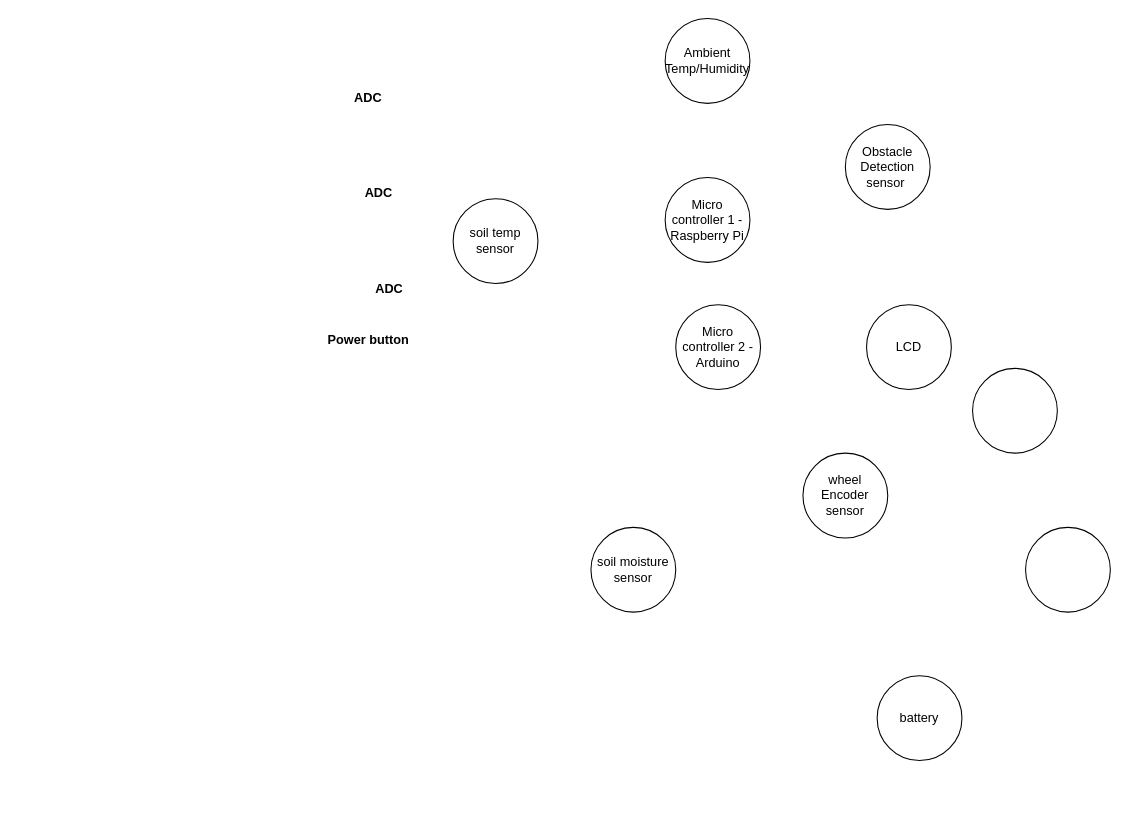
Before: ROVER Mind Mapping .drawio in Trixx4191/Agro-Rover, a draw.io diagram. Source tidied: cells renumbered, new cells numbered last; positions are measured from the earlier drawing's top-left corner, leaving out a move shared by most shapes. Both pictures are drawn from the tidied source at 106%, with x=0, y=0 at pixel (325, 18).
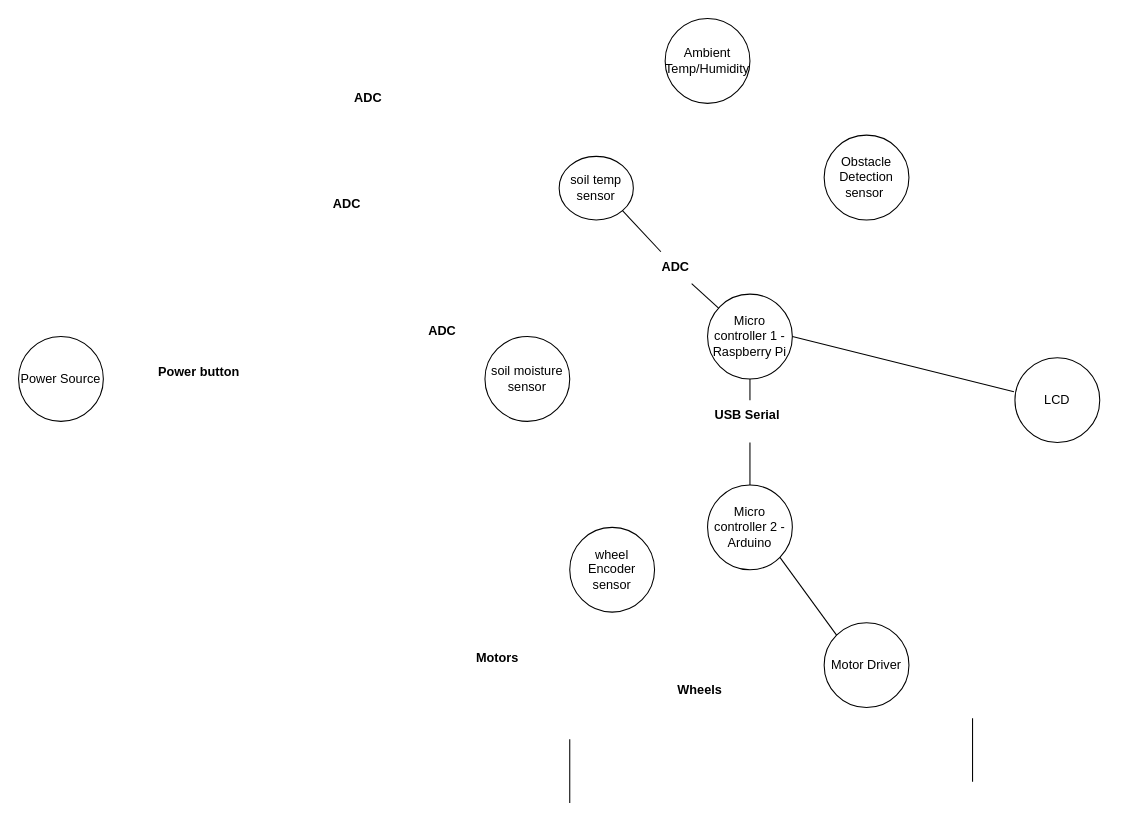
The same diagram, later.

Diff of the diagram source:
```diff
@@
     <mxCell id="2" value="soil temp sensor" style="ellipse;whiteSpace=wrap;html=1;" parent="1" vertex="1">
-      <mxGeometry x="120" y="170" width="80" height="80" as="geometry" />
+      <mxGeometry x="220" y="130" width="70" height="60" as="geometry" />
     </mxCell>
     <mxCell id="3" value="Micro controller 2 -Arduino" style="ellipse;whiteSpace=wrap;html=1;" parent="1" vertex="1">
-      <mxGeometry x="330" y="270" width="80" height="80" as="geometry" />
+      <mxGeometry x="360" y="440" width="80" height="80" as="geometry" />
     </mxCell>
     <mxCell id="4" value="Micro controller 1 -Raspberry Pi" style="ellipse;whiteSpace=wrap;html=1;" parent="1" vertex="1">
-      <mxGeometry x="320" y="150" width="80" height="80" as="geometry" />
+      <mxGeometry x="360" y="260" width="80" height="80" as="geometry" />
     </mxCell>
     <mxCell id="5" value="Obstacle Detection sensor&amp;nbsp;" style="ellipse;whiteSpace=wrap;html=1;" parent="1" vertex="1">
-      <mxGeometry x="490" y="100" width="80" height="80" as="geometry" />
+      <mxGeometry x="470" y="110" width="80" height="80" as="geometry" />
     </mxCell>
     <mxCell id="6" value="wheel Encoder sensor" style="ellipse;whiteSpace=wrap;html=1;" parent="1" vertex="1">
-      <mxGeometry x="450" y="410" width="80" height="80" as="geometry" />
+      <mxGeometry x="230" y="480" width="80" height="80" as="geometry" />
     </mxCell>
     <mxCell id="7" value="soil moisture sensor" style="ellipse;whiteSpace=wrap;html=1;" parent="1" vertex="1">
-      <mxGeometry x="250" y="480" width="80" height="80" as="geometry" />
+      <mxGeometry x="150" y="300" width="80" height="80" as="geometry" />
     </mxCell>
     <mxCell id="8" value="Power button" style="text;whiteSpace=wrap;fontStyle=1;" parent="1" vertex="1">
-      <mxGeometry y="290" width="110" height="50" as="geometry" />
+      <mxGeometry x="-160" y="320" width="110" height="50" as="geometry" />
     </mxCell>
-    <mxCell id="9" style="ellipse;whiteSpace=wrap;html=1;" parent="1" vertex="1">
-      <mxGeometry x="610" y="330" width="80" height="80" as="geometry" />
-    </mxCell>
     <mxCell id="10" value="LCD" style="ellipse;whiteSpace=wrap;html=1;" parent="1" vertex="1">
-      <mxGeometry x="510" y="270" width="80" height="80" as="geometry" />
+      <mxGeometry x="650" y="320" width="80" height="80" as="geometry" />
     </mxCell>
@@
     <mxCell id="13" value="&lt;b&gt;ADC&lt;/b&gt;" style="text;html=1;whiteSpace=wrap;strokeColor=none;fillColor=none;align=center;verticalAlign=middle;rounded=0;" parent="1" vertex="1">
-      <mxGeometry x="20" y="150" width="60" height="30" as="geometry" />
+      <mxGeometry x="300" y="220" width="60" height="30" as="geometry" />
     </mxCell>
     <mxCell id="14" value="&lt;b&gt;ADC&lt;/b&gt;" style="text;html=1;whiteSpace=wrap;strokeColor=none;fillColor=none;align=center;verticalAlign=middle;rounded=0;" parent="1" vertex="1">
-      <mxGeometry x="30" y="240" width="60" height="30" as="geometry" />
+      <mxGeometry x="-10" y="160" width="60" height="30" as="geometry" />
     </mxCell>
-    <mxCell id="15" style="ellipse;whiteSpace=wrap;html=1;" parent="1" vertex="1">
-      <mxGeometry x="660" y="480" width="80" height="80" as="geometry" />
+    <mxCell id="15" value="Motor Driver" style="ellipse;whiteSpace=wrap;html=1;" parent="1" vertex="1">
+      <mxGeometry x="470" y="570" width="80" height="80" as="geometry" />
     </mxCell>
-    <mxCell id="16" value="battery" style="ellipse;whiteSpace=wrap;html=1;" parent="1" vertex="1">
-      <mxGeometry x="520" y="620" width="80" height="80" as="geometry" />
+    <mxCell id="16" value="Power Source" style="ellipse;whiteSpace=wrap;html=1;" parent="1" vertex="1">
+      <mxGeometry x="-290" y="300" width="80" height="80" as="geometry" />
     </mxCell>
+    <mxCell id="17" value="Wheels" style="text;whiteSpace=wrap;fontStyle=1;" parent="1" vertex="1">
+      <mxGeometry x="330" y="620" width="70" height="40" as="geometry" />
+    </mxCell>
+    <mxCell id="18" value="Motors" style="text;whiteSpace=wrap;fontStyle=1;" parent="1" vertex="1">
+      <mxGeometry x="140" y="590" width="70" height="40" as="geometry" />
+    </mxCell>
+    <mxCell id="19" value="&lt;b&gt;ADC&lt;/b&gt;" style="text;html=1;whiteSpace=wrap;strokeColor=none;fillColor=none;align=center;verticalAlign=middle;rounded=0;" parent="1" vertex="1">
+      <mxGeometry x="80" y="280" width="60" height="30" as="geometry" />
+    </mxCell>
+    <mxCell id="20" style="endArrow=none;html=1;rounded=0;entryX=1;entryY=0.5;entryDx=0;entryDy=0;exitX=-0.012;exitY=0.4;exitDx=0;exitDy=0;exitPerimeter=0;" parent="1" edge="1" source="10" target="4">
+      <mxGeometry relative="1" as="geometry" />
+    </mxCell>
+    <mxCell id="21" style="endArrow=none;html=1;rounded=0;entryX=1;entryY=1;entryDx=0;entryDy=0;" parent="1" edge="1" source="13" target="2">
+      <mxGeometry relative="1" as="geometry" />
+    </mxCell>
+    <mxCell id="22" style="endArrow=none;html=1;rounded=0;entryX=0.5;entryY=1;entryDx=0;entryDy=0;exitX=0.5;exitY=0;exitDx=0;exitDy=0;" parent="1" edge="1" source="28" target="4">
+      <mxGeometry relative="1" as="geometry" />
+    </mxCell>
+    <mxCell id="23" style="endArrow=none;html=1;rounded=0;entryX=0.5;entryY=1;entryDx=0;entryDy=0;" parent="1" edge="1">
+      <mxGeometry relative="1" as="geometry">
+        <mxPoint x="610" y="720" as="sourcePoint" />
+        <mxPoint x="610" y="660" as="targetPoint" />
+      </mxGeometry>
+    </mxCell>
+    <mxCell id="24" style="endArrow=none;html=1;rounded=0;entryX=0.75;entryY=1;entryDx=0;entryDy=0;" parent="1" edge="1" source="4" target="13">
+      <mxGeometry relative="1" as="geometry" />
+    </mxCell>
+    <mxCell id="25" style="endArrow=none;html=1;rounded=0;entryX=1;entryY=1;entryDx=0;entryDy=0;exitX=0;exitY=0;exitDx=0;exitDy=0;" parent="1" edge="1" source="15" target="3">
+      <mxGeometry relative="1" as="geometry" />
+    </mxCell>
+    <mxCell id="26" style="endArrow=none;html=1;rounded=0;entryX=0.5;entryY=1;entryDx=0;entryDy=0;" parent="1" edge="1" source="3" target="28">
+      <mxGeometry relative="1" as="geometry" />
+    </mxCell>
+    <mxCell id="27" style="endArrow=none;html=1;rounded=0;entryX=0.5;entryY=1;entryDx=0;entryDy=0;" parent="1" edge="1">
+      <mxGeometry relative="1" as="geometry">
+        <mxPoint x="230" y="740" as="sourcePoint" />
+        <mxPoint x="230" y="680" as="targetPoint" />
+      </mxGeometry>
+    </mxCell>
+    <mxCell id="28" value="USB Serial " style="text;whiteSpace=wrap;fontStyle=1;" parent="1" vertex="1">
+      <mxGeometry x="365" y="360" width="70" height="40" as="geometry" />
+    </mxCell>
```
